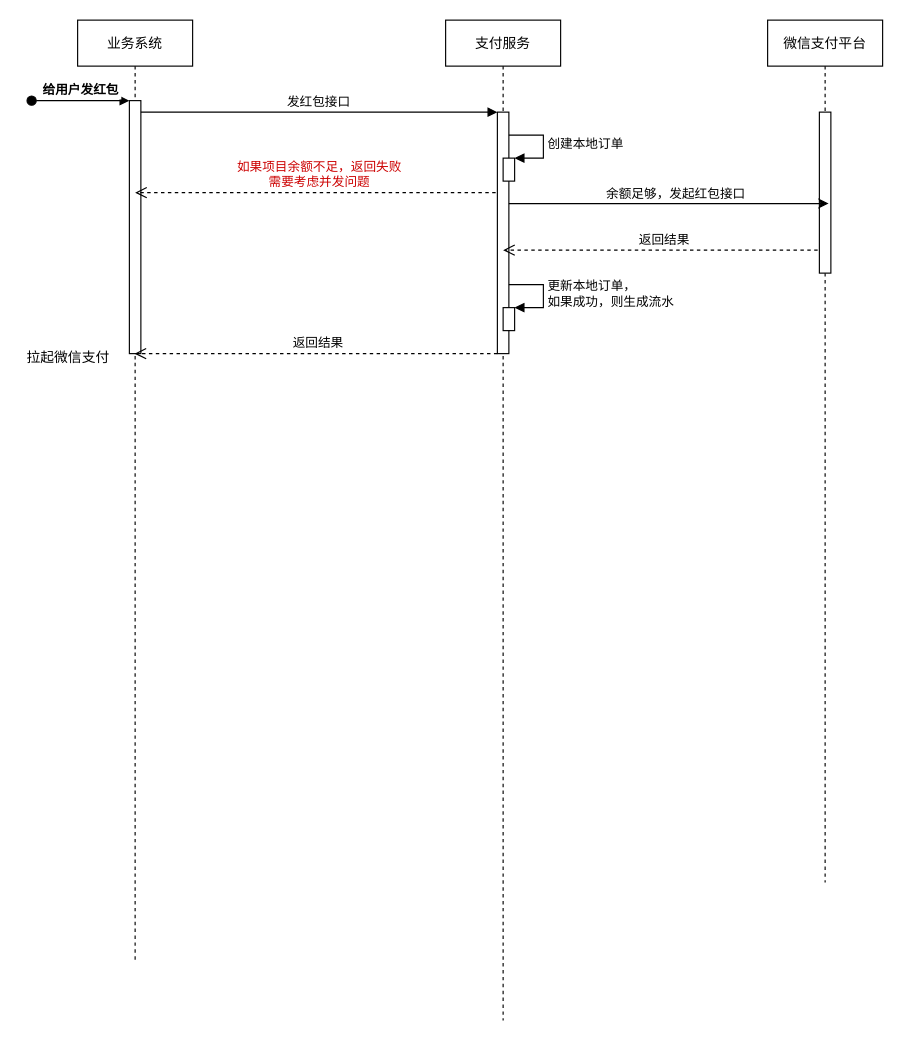
juesuchen/diagrams keeps this draw.io diagram as page "激励流程" (3 of 4) of 基础服务-交易.drawio. Above is the earlier version. Source tidied: cells renumbered, new cells numbered last; positions are measured from the earlier drawing's top-left corner, leaving out a move shared by most shapes. Both pictures are drawn from the tidied source at 115%, with x=0, y=0 at pixel (20, 20).
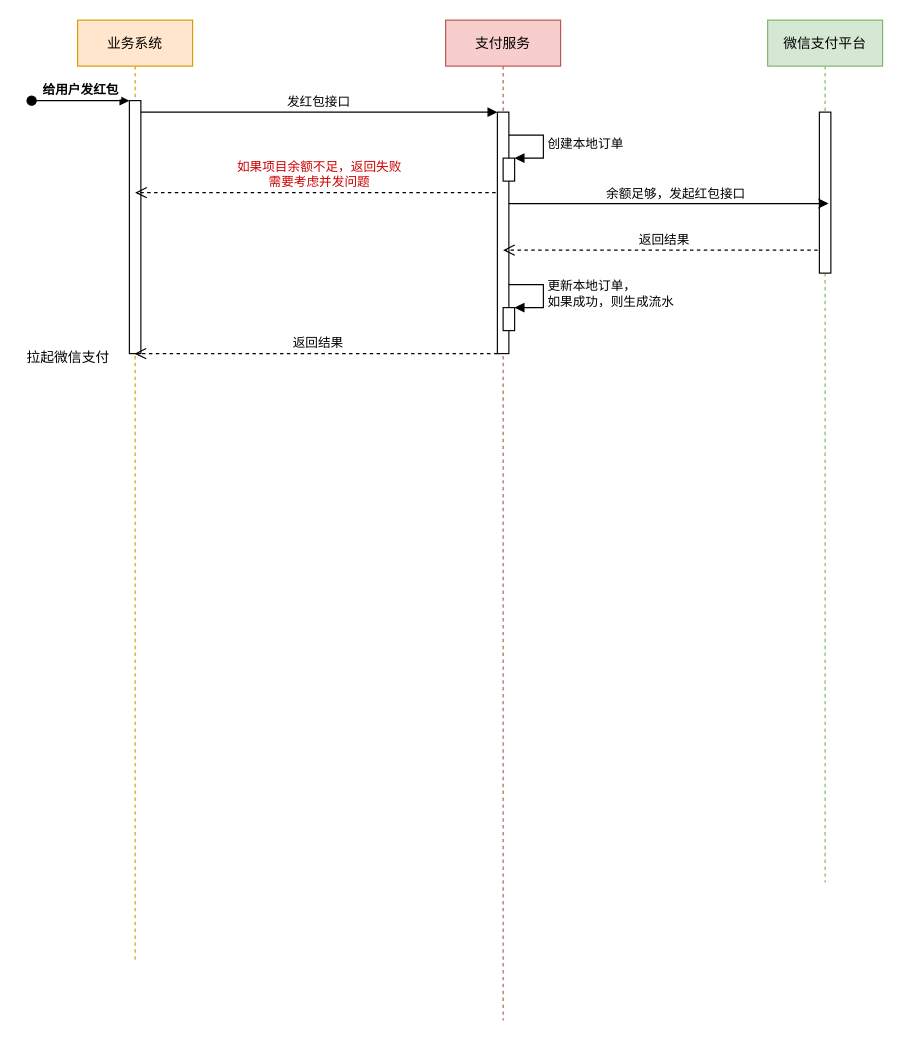
The same page after the edit.

What changed in the source:
```diff
@@
-    <mxCell id="2" value="业务系统" style="shape=umlLifeline;perimeter=lifelinePerimeter;rounded=0;shadow=0;strokeWidth=1;" parent="1" vertex="1">
+    <mxCell id="2" value="业务系统" style="shape=umlLifeline;perimeter=lifelinePerimeter;rounded=0;shadow=0;strokeWidth=1;fillColor=#ffe6cc;strokeColor=#d79b00;" parent="1" vertex="1">
       <mxGeometry x="50" width="100" height="820" as="geometry" />
     </mxCell>
@@
-    <mxCell id="6" value="支付服务" style="shape=umlLifeline;perimeter=lifelinePerimeter;rounded=0;shadow=0;strokeWidth=1;" parent="1" vertex="1">
+    <mxCell id="6" value="支付服务" style="shape=umlLifeline;perimeter=lifelinePerimeter;rounded=0;shadow=0;strokeWidth=1;fillColor=#f8cecc;strokeColor=#b85450;" parent="1" vertex="1">
       <mxGeometry x="370" width="100" height="870" as="geometry" />
     </mxCell>
@@
-    <mxCell id="14" value="微信支付平台" style="shape=umlLifeline;perimeter=lifelinePerimeter;rounded=0;shadow=0;strokeWidth=1;" parent="1" vertex="1">
+    <mxCell id="14" value="微信支付平台" style="shape=umlLifeline;perimeter=lifelinePerimeter;rounded=0;shadow=0;strokeWidth=1;fillColor=#d5e8d4;strokeColor=#82b366;" parent="1" vertex="1">
       <mxGeometry x="650" width="100" height="750" as="geometry" />
     </mxCell>
```
